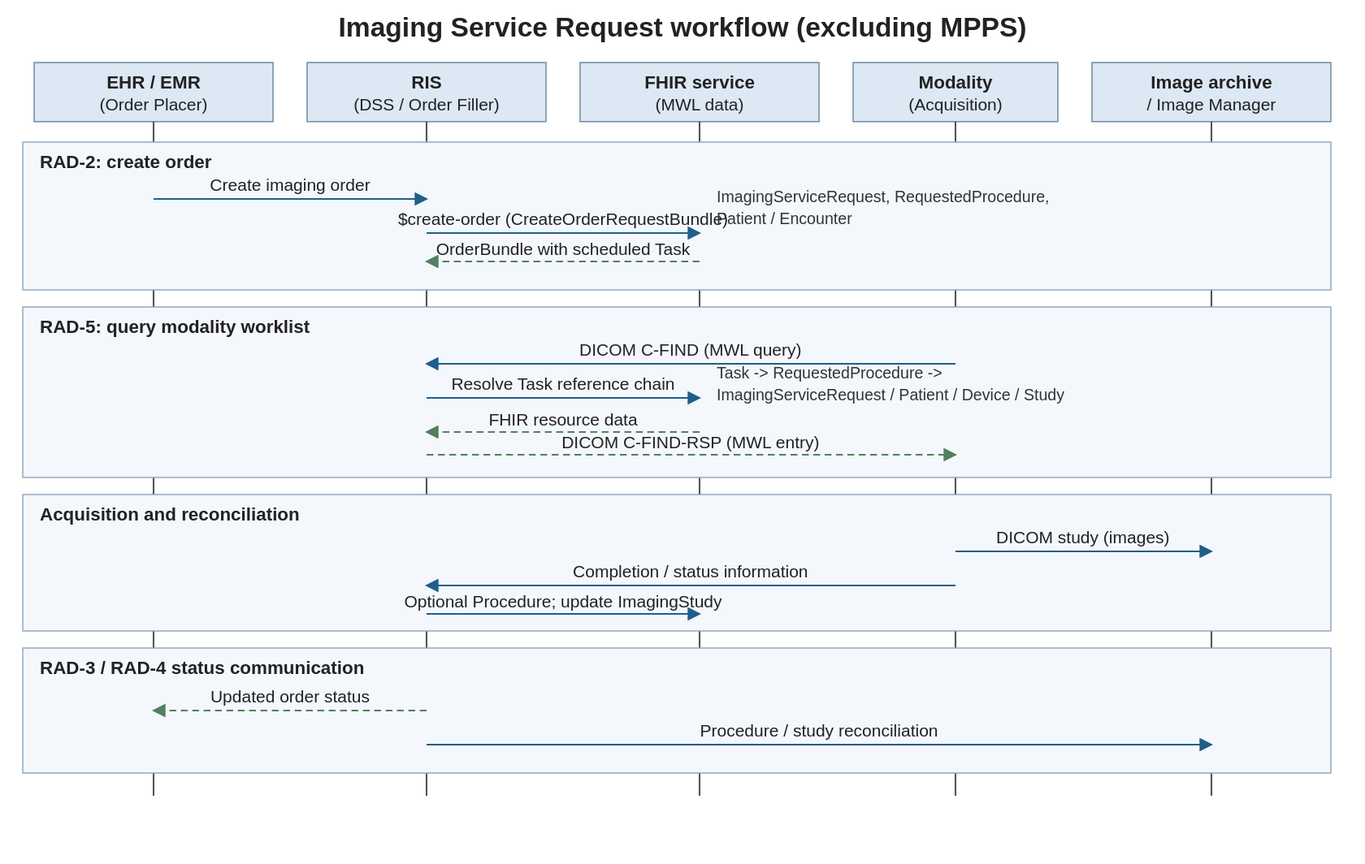
HL7/imaging-service-request-ig keeps this PlantUML diagram as input/images/imaging_service_request_workflow.svg. Above is the earlier version. Its source is kept beside it as input/images-source/imaging_service_request_workflow.plantuml.
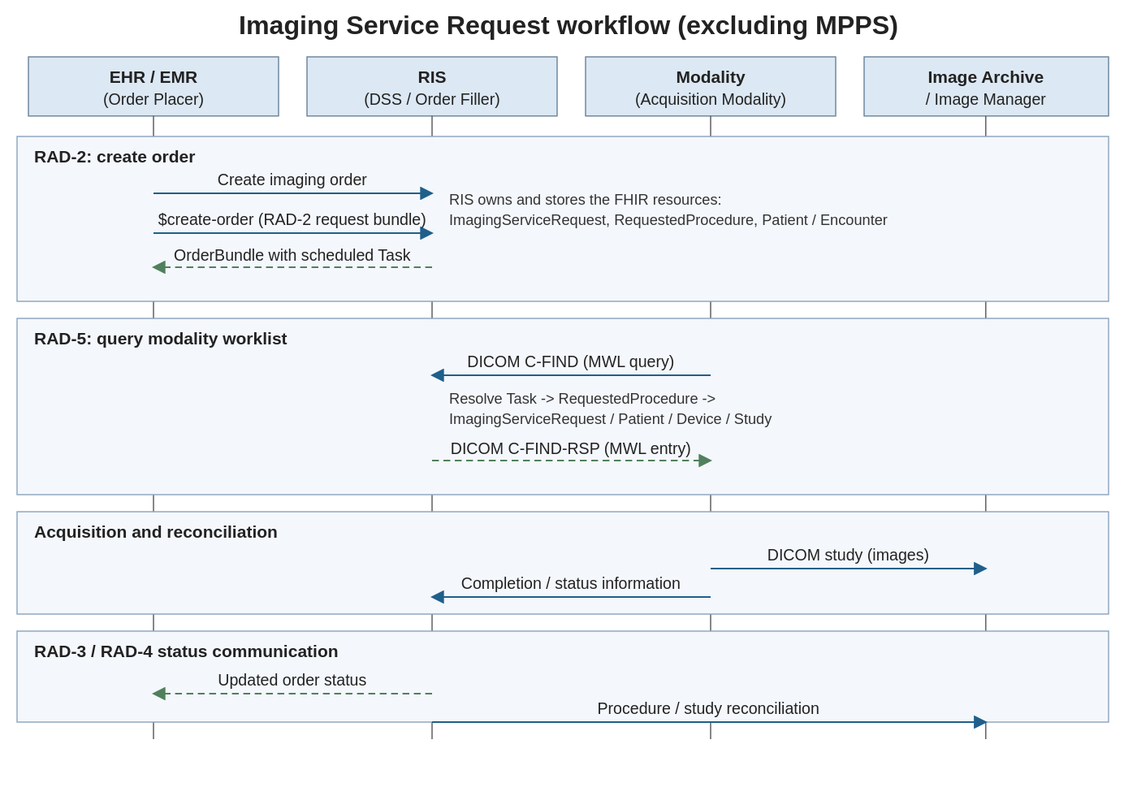
After the change.

Diff of the diagram source:
```diff
@@ -5,25 +5,23 @@
 
 actor "EHR / EMR\n(Order Placer)" as ehr
 participant "RIS\n(DSS / Order Filler)" as ris
-participant "FHIR service\n(MWL data)" as fhir
 participant "Modality\n(Acquisition Modality)" as modality
 participant "Image archive /\nImage Manager" as archive
 
 group RAD-2: create order
   ehr -> ris: Create imaging order
-  ris -> fhir: $create-order\n(CreateOrderRequestBundle)
-  note right of fhir
+  ehr -> ris: $create-order\n(RAD-2 CreateOrderRequestBundle)
+  note right of ris
     ServiceRequest (ImagingServiceRequest)
     ServiceRequest (RequestedProcedure)
     Patient / Encounter
   end note
-  fhir --> ris: OrderBundle\n(including Task / scheduled step)
+  ris --> ehr: OrderBundle\n(including Task / scheduled step)
 end
 
 group RAD-5: query modality worklist
   modality -> ris: DICOM C-FIND\n(MWL query parameters)
-  ris -> fhir: Resolve MWL entry\nfrom Task and references
-  note right of fhir
+  note right of ris
     Task (scheduled procedure step)
       -> RequestedProcedure
       -> ImagingServiceRequest
@@ -31,15 +29,13 @@
       -> Device (scheduled station)
       -> ImagingStudy (Study Instance UID)
   end note
-  fhir --> ris: FHIR resource data
   ris --> modality: DICOM C-FIND-RSP\n(MWL entry)
 end
 
 group Acquisition and reconciliation
   modality -> archive: DICOM study\n(images)
   modality -> ris: Completion / status information\n(DICOM or local integration)
-  ris -> fhir: Record performed work\n(optional Procedure) and update ImagingStudy
-  fhir --> ris: Updated resource state
+  ris -> ris: Record performed work\n(optional Procedure) and update ImagingStudy
 end
 
 group RAD-3 / RAD-4 status communication
@@ -48,9 +44,9 @@
 end
 
 note over modality,ris
-  The IG defines the FHIR profiles and mappings for the order/MWL
-  resource model. The completion transaction and the mechanism used
-  to update the EHR are not specified as a single end-to-end workflow.
+  The RIS owns the FHIR resources and provides the MWL service.
+  The completion transaction and the mechanism used to update the EHR
+  are not specified as a single end-to-end workflow.
 end note
 
 @enduml
```
